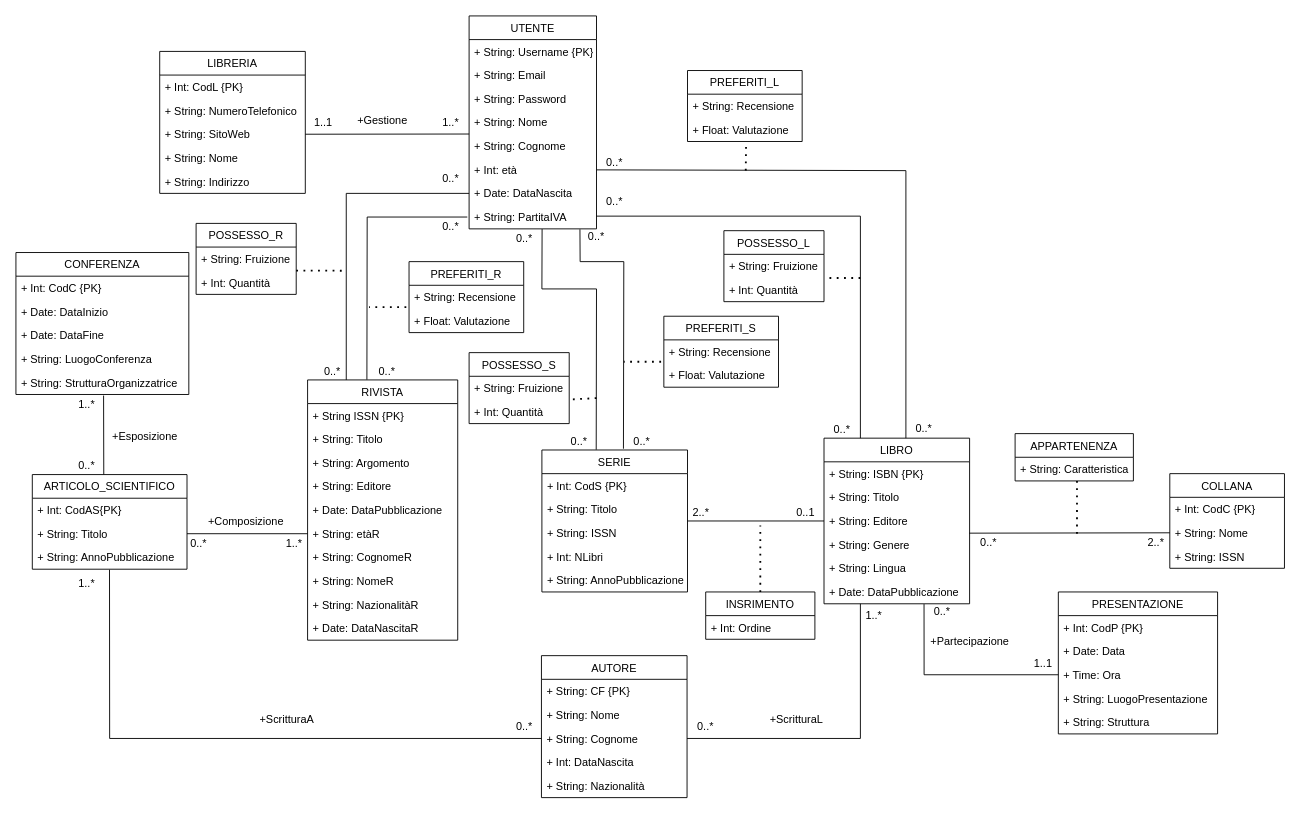
Earlier version of the draw.io diagram DiagrammaUML(ristrutturato).drawio (Giovk/Sistema-di-una-Bibleoteca-Digitale). Source tidied: cells renumbered, new cells numbered last; positions are measured from the earlier drawing's top-left corner, leaving out a move shared by most shapes. Both pictures are drawn from the tidied source at 91%, with x=0, y=0 at pixel (15, 15).
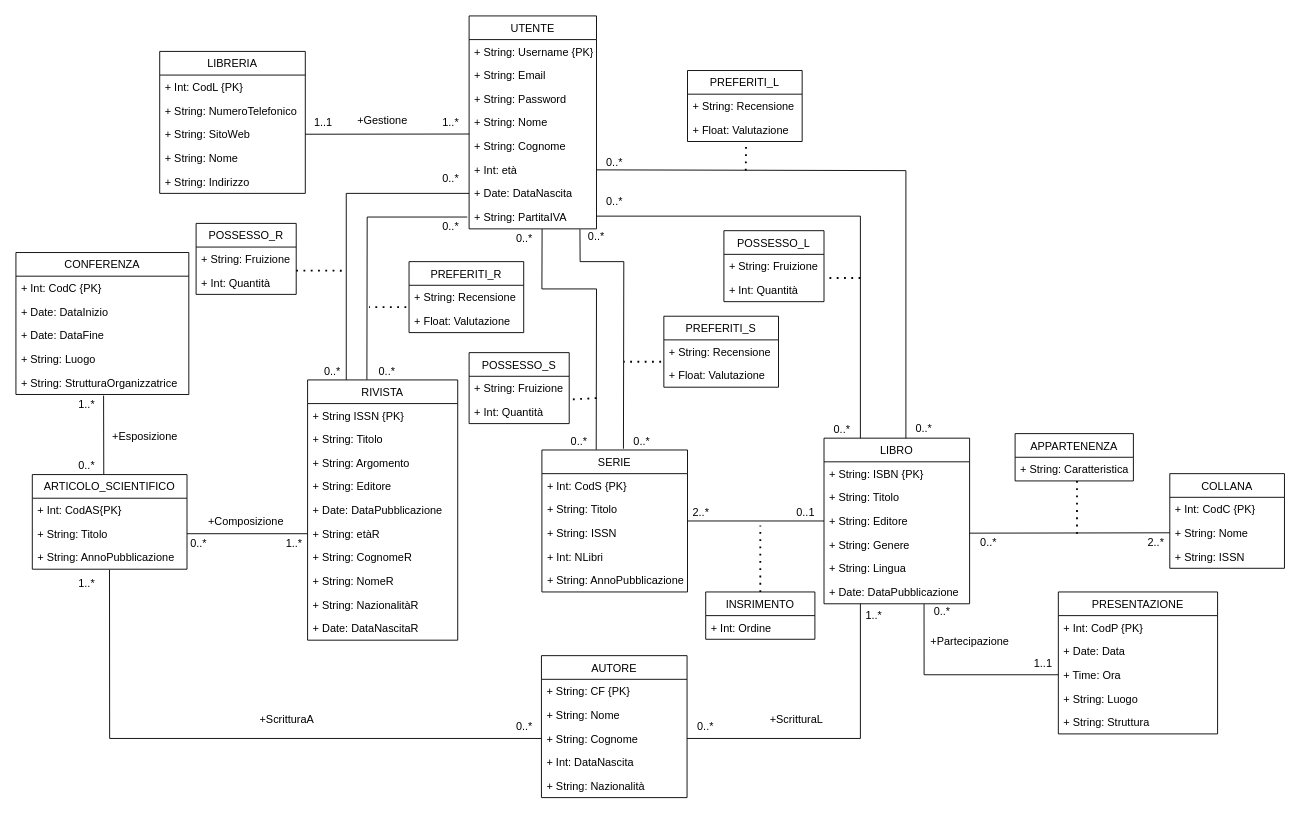
After the change.

The change refers to these unchanged cells:
```xml
<mxCell id="103" value="PRESENTAZIONE" style="swimlane;fontStyle=0;horizontal=1;startSize=26;fillColor=none;" parent="1" vertex="1">
  <mxGeometry x="1145.5" y="633" width="175" height="156" as="geometry" />
</mxCell>
<mxCell id="119" value="CONFERENZA" style="swimlane;fontStyle=0;horizontal=1;startSize=26;fillColor=none;" parent="1" vertex="1">
  <mxGeometry y="260" width="190" height="156" as="geometry" />
</mxCell>
```

What changed in the source:
```diff
@@
-    <mxCell id="107" value="+ String: LuogoPresentazione" style="text;strokeColor=none;fillColor=none;align=left;verticalAlign=top;spacingLeft=4;spacingRight=4;overflow=hidden;" parent="103" vertex="1">
+    <mxCell id="107" value="+ String: Luogo" style="text;strokeColor=none;fillColor=none;align=left;verticalAlign=top;spacingLeft=4;spacingRight=4;overflow=hidden;" parent="103" vertex="1">
       <mxGeometry y="104" width="175" height="26" as="geometry" />
     </mxCell>
@@
-    <mxCell id="123" value="+ String: LuogoConferenza" style="text;strokeColor=none;fillColor=none;align=left;verticalAlign=top;spacingLeft=4;spacingRight=4;overflow=hidden;" parent="119" vertex="1">
+    <mxCell id="123" value="+ String: Luogo" style="text;strokeColor=none;fillColor=none;align=left;verticalAlign=top;spacingLeft=4;spacingRight=4;overflow=hidden;" parent="119" vertex="1">
       <mxGeometry y="104" width="190" height="26" as="geometry" />
     </mxCell>
```
